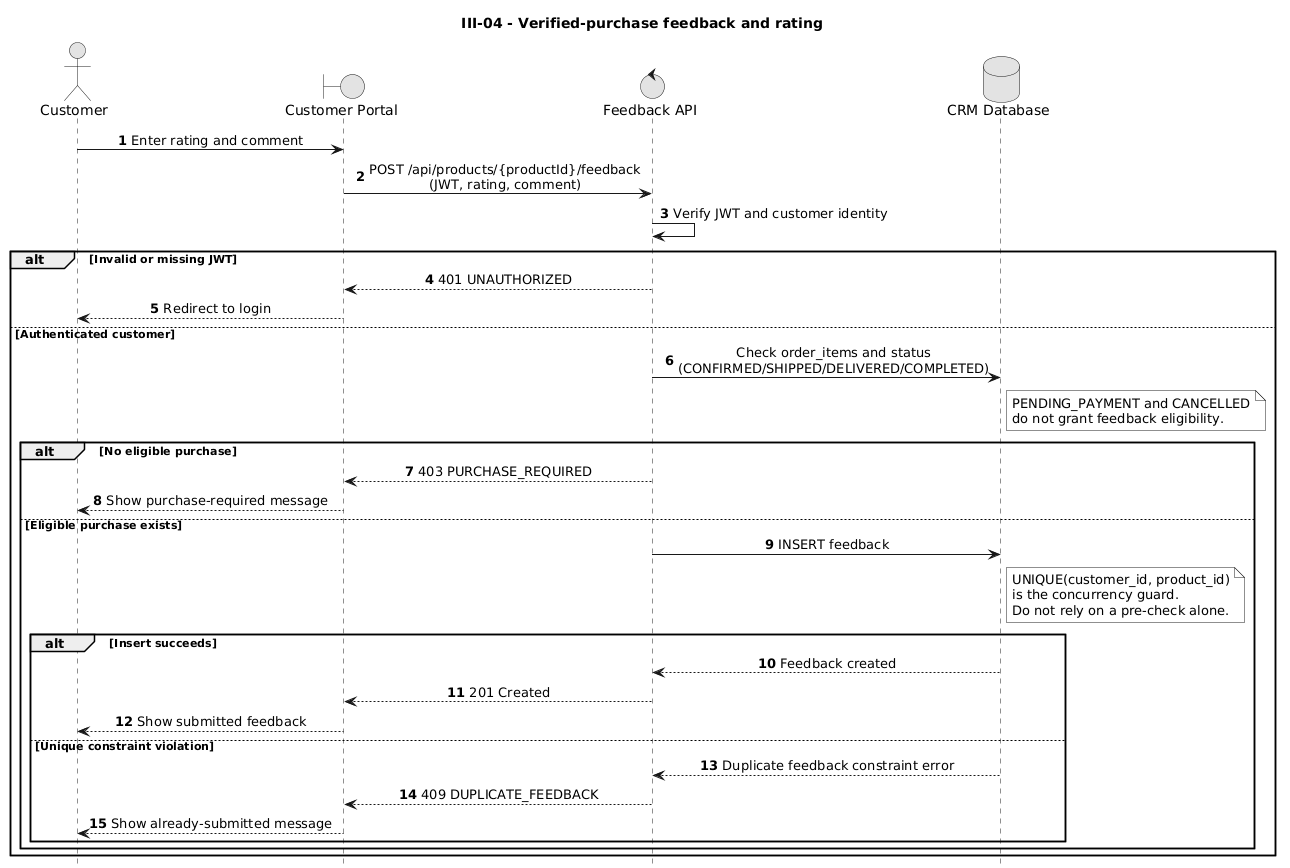
This is docs/diagrams/customer/III-04-feedback-rating-verified-purchase.png from duygri/do-an-htttdn-crm, a PlantUML export, as it was before one commit.
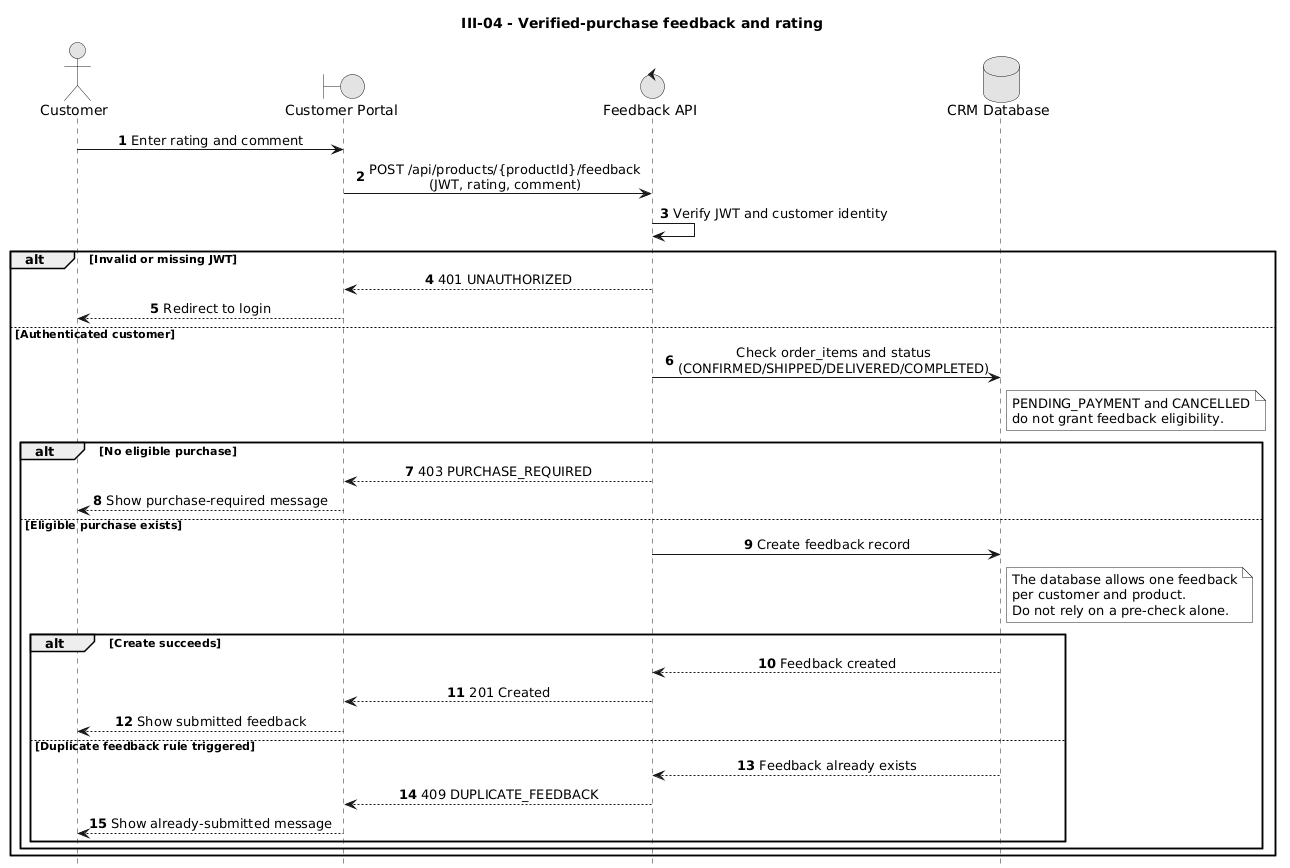
The same file after the commit.

Diff of the diagram source:
```diff
@@ -30,19 +30,19 @@
         API --> Web: 403 PURCHASE_REQUIRED
         Web --> Customer: Show purchase-required message
     else Eligible purchase exists
-        API -> DB: INSERT feedback
+        API -> DB: Create feedback record
         note right of DB
-          UNIQUE(customer_id, product_id)
-          is the concurrency guard.
+          The database allows one feedback
+          per customer and product.
           Do not rely on a pre-check alone.
         end note
 
-        alt Insert succeeds
+        alt Create succeeds
             DB --> API: Feedback created
             API --> Web: 201 Created
             Web --> Customer: Show submitted feedback
-        else Unique constraint violation
-            DB --> API: Duplicate feedback constraint error
+        else Duplicate feedback rule triggered
+            DB --> API: Feedback already exists
             API --> Web: 409 DUPLICATE_FEEDBACK
             Web --> Customer: Show already-submitted message
         end
```
